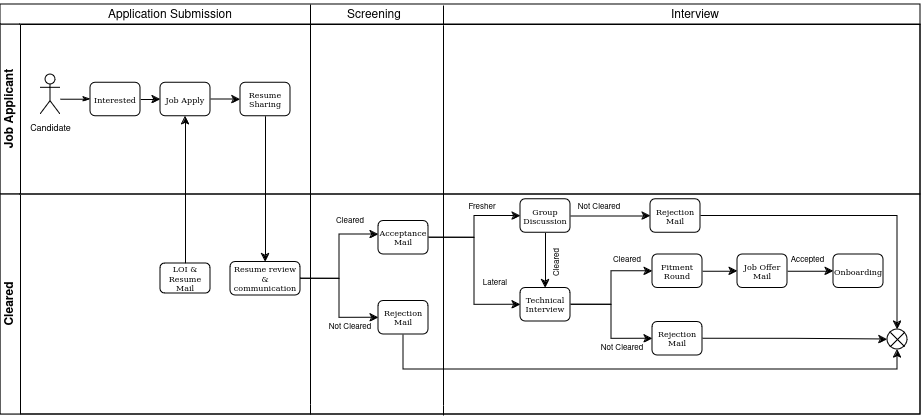
Before: R2O/r2o-flow.png, a diagram exported from draw.io (Iswariya-LMNAs/Diagrams). Source tidied: cells renumbered, new cells last; positions are measured from the earlier drawing's top-left corner, leaving out a move shared by most shapes.
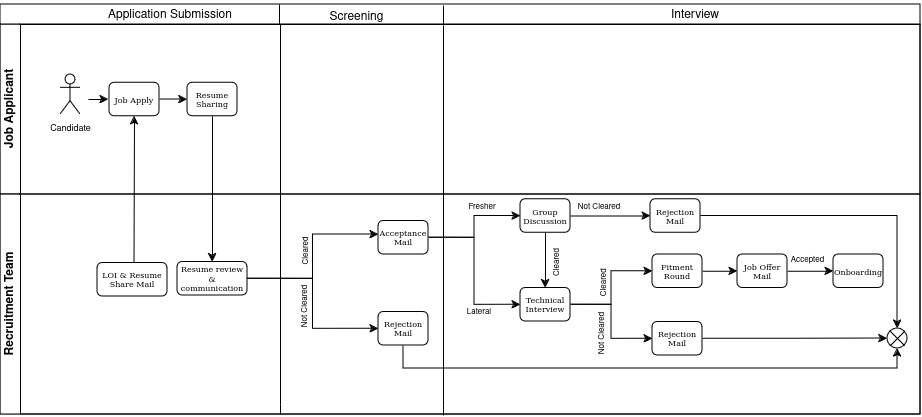
The same file after the commit.

The edit, as a diff of the source:
```diff
@@ -7,39 +7,41 @@
     </mxCell>
     <mxCell id="3" style="endArrow=none;html=1;rounded=0;" parent="2" edge="1">
       <mxGeometry relative="1" as="geometry">
-        <mxPoint x="310" y="20" as="sourcePoint" />
-        <mxPoint x="310" as="targetPoint" />
+        <mxPoint x="279" y="20" as="sourcePoint" />
+        <mxPoint x="279" as="targetPoint" />
       </mxGeometry>
     </mxCell>
     <mxCell id="4" value="Job Applicant" style="swimlane;html=1;startSize=20;horizontal=0;" parent="2" vertex="1">
       <mxGeometry y="20" width="920" height="170" as="geometry" />
     </mxCell>
-    <mxCell id="5" style="edgeStyle=orthogonalEdgeStyle;rounded=0;html=1;labelBackgroundColor=none;startArrow=none;startFill=0;startSize=5;endArrow=classicThin;endFill=1;endSize=5;jettySize=auto;orthogonalLoop=1;strokeWidth=1;fontFamily=Verdana;fontSize=8;" parent="4" edge="1">
-      <mxGeometry relative="1" as="geometry">
-        <mxPoint x="60" y="74.7" as="sourcePoint" />
-        <mxPoint x="90" y="74.7" as="targetPoint" />
-      </mxGeometry>
-    </mxCell>
-    <mxCell id="6" style="edgeStyle=orthogonalEdgeStyle;rounded=0;jettySize=auto;html=1;exitX=1;exitY=0.5;exitDx=0;exitDy=0;entryX=0;entryY=0.5;entryDx=0;entryDy=0;" parent="4" edge="1" source="7" target="9">
-      <mxGeometry relative="1" as="geometry" />
+    <mxCell id="6" style="edgeStyle=orthogonalEdgeStyle;rounded=0;orthogonalLoop=1;jettySize=auto;html=1;exitX=1;exitY=0.5;exitDx=0;exitDy=0;entryX=0;entryY=0.5;entryDx=0;entryDy=0;" parent="4" edge="1">
+      <mxGeometry relative="1" as="geometry">
+        <mxPoint x="88" y="75" as="sourcePoint" />
+        <mxPoint x="108" y="75" as="targetPoint" />
+      </mxGeometry>
     </mxCell>
-    <mxCell id="7" value="Interested" style="rounded=1;whiteSpace=wrap;html=1;shadow=0;labelBackgroundColor=none;strokeWidth=1;fontFamily=Verdana;fontSize=8;align=center;" parent="4" vertex="1">
-      <mxGeometry x="90" y="58.2" width="50" height="33.5" as="geometry" />
-    </mxCell>
     <mxCell id="8" style="edgeStyle=orthogonalEdgeStyle;rounded=0;jettySize=auto;html=1;exitX=1;exitY=0.5;exitDx=0;exitDy=0;" parent="4" edge="1" source="9" target="11">
       <mxGeometry relative="1" as="geometry" />
     </mxCell>
     <mxCell id="9" value="Job Apply" style="rounded=1;whiteSpace=wrap;html=1;shadow=0;labelBackgroundColor=none;strokeWidth=1;fontFamily=Verdana;fontSize=8;align=center;" parent="4" vertex="1">
-      <mxGeometry x="160" y="58.2" width="50" height="33.5" as="geometry" />
+      <mxGeometry x="109" y="58.2" width="50" height="33.5" as="geometry" />
     </mxCell>
     <mxCell id="10" value="&lt;font style=&quot;font-size: 9px;&quot;&gt;Candidate&lt;/font&gt;" style="shape=umlActor;verticalLabelPosition=bottom;verticalAlign=top;html=1;" parent="4" vertex="1">
-      <mxGeometry x="40" y="50" width="20" height="40" as="geometry" />
+      <mxGeometry x="60" y="50" width="20" height="40" as="geometry" />
     </mxCell>
     <mxCell id="11" value="Resume Sharing" style="rounded=1;whiteSpace=wrap;html=1;shadow=0;labelBackgroundColor=none;strokeWidth=1;fontFamily=Verdana;fontSize=8;align=center;" parent="4" vertex="1">
-      <mxGeometry x="240" y="58.2" width="50" height="33.5" as="geometry" />
+      <mxGeometry x="187" y="58.2" width="50" height="33.5" as="geometry" />
     </mxCell>
+    <mxCell id="49" style="endArrow=none;html=1;rounded=0;" parent="4" edge="1">
+      <mxGeometry relative="1" as="geometry">
+        <mxPoint x="280" y="380" as="sourcePoint" />
+        <mxPoint x="280" as="targetPoint" />
+      </mxGeometry>
+    </mxCell>
-    <mxCell id="12" style="edgeStyle=orthogonalEdgeStyle;rounded=0;jettySize=auto;html=1;exitX=0.5;exitY=0;exitDx=0;exitDy=0;entryX=0.5;entryY=1;entryDx=0;entryDy=0;" parent="2" edge="1" source="16" target="9">
-      <mxGeometry relative="1" as="geometry" />
+    <mxCell id="12" style="edgeStyle=orthogonalEdgeStyle;rounded=0;jettySize=auto;html=1;exitX=0.5;exitY=0;exitDx=0;exitDy=0;entryX=0.5;entryY=1;entryDx=0;entryDy=0;" parent="2" edge="1" target="9">
+      <mxGeometry relative="1" as="geometry">
+        <mxPoint x="133.5" y="259" as="sourcePoint" />
+      </mxGeometry>
     </mxCell>
     <mxCell id="13" style="edgeStyle=orthogonalEdgeStyle;rounded=0;jettySize=auto;html=1;exitX=0.5;exitY=1;exitDx=0;exitDy=0;entryX=0.5;entryY=0;entryDx=0;entryDy=0;" parent="2" edge="1" source="11" target="18">
       <mxGeometry relative="1" as="geometry" />
@@ -50,17 +52,14 @@
         <mxPoint x="443" y="1" as="targetPoint" />
       </mxGeometry>
     </mxCell>
-    <mxCell id="15" value="Cleared" style="swimlane;html=1;startSize=20;horizontal=0;" parent="2" vertex="1">
+    <mxCell id="15" value="Recruitment Team" style="swimlane;html=1;startSize=20;horizontal=0;" parent="2" vertex="1">
       <mxGeometry y="190" width="920" height="220" as="geometry" />
     </mxCell>
-    <mxCell id="16" value="LOI &amp;amp; Resume Mail" style="rounded=1;whiteSpace=wrap;html=1;shadow=0;labelBackgroundColor=none;strokeWidth=1;fontFamily=Verdana;fontSize=8;align=center;" parent="15" vertex="1">
-      <mxGeometry x="160" y="69" width="50" height="30" as="geometry" />
-    </mxCell>
     <mxCell id="17" style="edgeStyle=orthogonalEdgeStyle;rounded=0;jettySize=auto;html=1;exitX=1;exitY=0.5;exitDx=0;exitDy=0;entryX=0;entryY=0.5;entryDx=0;entryDy=0;" parent="15" edge="1" source="18" target="23">
       <mxGeometry relative="1" as="geometry" />
     </mxCell>
     <mxCell id="18" value="Resume review &amp;amp; communication" style="rounded=1;whiteSpace=wrap;html=1;shadow=0;labelBackgroundColor=none;strokeWidth=1;fontFamily=Verdana;fontSize=8;align=center;" parent="15" vertex="1">
-      <mxGeometry x="230" y="67.5" width="70" height="33.5" as="geometry" />
+      <mxGeometry x="177" y="67.5" width="70" height="33.5" as="geometry" />
     </mxCell>
     <mxCell id="19" style="edgeStyle=orthogonalEdgeStyle;rounded=0;jettySize=auto;html=1;exitX=1;exitY=0.5;exitDx=0;exitDy=0;" parent="15" edge="1" source="21" target="30">
       <mxGeometry relative="1" as="geometry" />
@@ -75,19 +74,19 @@
       <mxGeometry relative="1" as="geometry" />
     </mxCell>
     <mxCell id="23" value="Rejection Mail" style="rounded=1;whiteSpace=wrap;html=1;shadow=0;labelBackgroundColor=none;strokeWidth=1;fontFamily=Verdana;fontSize=8;align=center;" parent="15" vertex="1">
-      <mxGeometry x="378" y="106.5" width="50" height="33.5" as="geometry" />
+      <mxGeometry x="378" y="117.5" width="50" height="33.5" as="geometry" />
     </mxCell>
     <mxCell id="24" style="edgeStyle=orthogonalEdgeStyle;rounded=0;jettySize=auto;html=1;exitX=1;exitY=0.5;exitDx=0;exitDy=0;entryX=0;entryY=0.403;entryDx=0;entryDy=0;entryPerimeter=0;" parent="15" edge="1" source="18" target="21">
       <mxGeometry relative="1" as="geometry" />
     </mxCell>
     <mxCell id="25" style="shape=sumEllipse;perimeter=ellipsePerimeter;whiteSpace=wrap;html=1;backgroundOutline=1;" parent="15" vertex="1">
-      <mxGeometry x="887" y="135" width="20" height="20" as="geometry" />
+      <mxGeometry x="887" y="134" width="20" height="20" as="geometry" />
     </mxCell>
-    <mxCell id="26" value="&lt;font style=&quot;font-size: 8px;&quot;&gt;Not Cleared&lt;/font&gt;" style="text;html=1;align=center;verticalAlign=middle;whiteSpace=wrap;rounded=0;" parent="15" vertex="1">
-      <mxGeometry x="325" y="122" width="50" height="20" as="geometry" />
+    <mxCell id="26" value="&lt;font style=&quot;font-size: 8px;&quot;&gt;Not Cleared&lt;/font&gt;" style="text;html=1;align=center;verticalAlign=middle;whiteSpace=wrap;rounded=0;rotation=270;" parent="15" vertex="1">
+      <mxGeometry x="279" y="102" width="50" height="20" as="geometry" />
     </mxCell>
-    <mxCell id="27" value="&lt;font style=&quot;font-size: 8px;&quot;&gt;Cleared&lt;/font&gt;" style="text;html=1;align=center;verticalAlign=middle;whiteSpace=wrap;rounded=0;" parent="15" vertex="1">
-      <mxGeometry x="340" y="20.5" width="20" height="10" as="geometry" />
+    <mxCell id="27" value="&lt;font style=&quot;font-size: 8px;&quot;&gt;Cleared&lt;/font&gt;" style="text;html=1;align=center;verticalAlign=middle;whiteSpace=wrap;rounded=0;rotation=270;" parent="15" vertex="1">
+      <mxGeometry x="294" y="51.5" width="20" height="10" as="geometry" />
     </mxCell>
     <mxCell id="28" style="edgeStyle=orthogonalEdgeStyle;rounded=0;jettySize=auto;html=1;exitX=1;exitY=0.5;exitDx=0;exitDy=0;entryX=0;entryY=0.5;entryDx=0;entryDy=0;" parent="15" edge="1" source="30" target="40">
       <mxGeometry relative="1" as="geometry" />
@@ -108,7 +107,7 @@
       <mxGeometry x="520" y="93.5" width="50" height="33.5" as="geometry" />
     </mxCell>
     <mxCell id="34" value="&lt;font style=&quot;font-size: 8px;&quot;&gt;Lateral&lt;/font&gt;" style="text;html=1;align=center;verticalAlign=middle;whiteSpace=wrap;rounded=0;" parent="15" vertex="1">
-      <mxGeometry x="470" y="78" width="50" height="20" as="geometry" />
+      <mxGeometry x="454" y="107" width="50" height="20" as="geometry" />
     </mxCell>
     <mxCell id="35" style="edgeStyle=orthogonalEdgeStyle;rounded=0;jettySize=auto;html=1;exitX=1;exitY=0.5;exitDx=0;exitDy=0;entryX=0;entryY=0.5;entryDx=0;entryDy=0;" parent="15" edge="1" source="36" target="46">
       <mxGeometry relative="1" as="geometry" />
@@ -134,11 +133,11 @@
     <mxCell id="42" value="&lt;font style=&quot;font-size: 8px;&quot;&gt;Not Cleared&lt;/font&gt;" style="text;html=1;align=center;verticalAlign=middle;whiteSpace=wrap;rounded=0;" parent="15" vertex="1">
       <mxGeometry x="574" y="2" width="50" height="20" as="geometry" />
     </mxCell>
-    <mxCell id="43" value="&lt;font style=&quot;font-size: 8px;&quot;&gt;Cleared&lt;/font&gt;" style="text;html=1;align=center;verticalAlign=middle;whiteSpace=wrap;rounded=0;" parent="15" vertex="1">
-      <mxGeometry x="617" y="60" width="20" height="10.5" as="geometry" />
+    <mxCell id="43" value="&lt;font style=&quot;font-size: 8px;&quot;&gt;Cleared&lt;/font&gt;" style="text;html=1;align=center;verticalAlign=middle;whiteSpace=wrap;rounded=0;rotation=270;" parent="15" vertex="1">
+      <mxGeometry x="593" y="83" width="20" height="10.5" as="geometry" />
     </mxCell>
-    <mxCell id="44" value="&lt;font style=&quot;font-size: 8px;&quot;&gt;Not Cleared&lt;/font&gt;" style="text;html=1;align=center;verticalAlign=middle;whiteSpace=wrap;rounded=0;" parent="15" vertex="1">
-      <mxGeometry x="597" y="143" width="50" height="20" as="geometry" />
+    <mxCell id="44" value="&lt;font style=&quot;font-size: 8px;&quot;&gt;Not Cleared&lt;/font&gt;" style="text;html=1;align=center;verticalAlign=middle;whiteSpace=wrap;rounded=0;rotation=270;" parent="15" vertex="1">
+      <mxGeometry x="576" y="129" width="50" height="20" as="geometry" />
     </mxCell>
     <mxCell id="45" style="edgeStyle=orthogonalEdgeStyle;rounded=0;jettySize=auto;html=1;exitX=1;exitY=0.5;exitDx=0;exitDy=0;entryX=0;entryY=0.5;entryDx=0;entryDy=0;" parent="15" edge="1" source="46" target="47">
       <mxGeometry relative="1" as="geometry" />
@@ -152,12 +151,9 @@
     <mxCell id="48" value="&lt;font style=&quot;font-size: 8px;&quot;&gt;Accepted&lt;/font&gt;" style="text;html=1;align=center;verticalAlign=middle;whiteSpace=wrap;rounded=0;" parent="15" vertex="1">
       <mxGeometry x="786" y="61" width="43" height="8.2" as="geometry" />
     </mxCell>
-    <mxCell id="49" style="endArrow=none;html=1;rounded=0;" parent="1" edge="1">
-      <mxGeometry relative="1" as="geometry">
-        <mxPoint x="310" y="404" as="sourcePoint" />
-        <mxPoint x="310" y="24" as="targetPoint" />
-      </mxGeometry>
-    </mxCell>
+    <mxCell id="57" value="LOI &amp;amp; Resume Share Mail" style="rounded=1;whiteSpace=wrap;html=1;shadow=0;labelBackgroundColor=none;strokeWidth=1;fontFamily=Verdana;fontSize=8;align=center;" parent="15" vertex="1">
+      <mxGeometry x="97" y="68.5" width="70" height="33.5" as="geometry" />
+    </mxCell>
     <mxCell id="50" value="&lt;font style=&quot;font-size: 8px;&quot;&gt;Fresher&lt;/font&gt;" style="text;html=1;align=center;verticalAlign=middle;whiteSpace=wrap;rounded=0;" parent="1" vertex="1">
       <mxGeometry x="472" y="201" width="20" height="10" as="geometry" />
     </mxCell>
@@ -171,15 +167,15 @@
       <mxGeometry x="70" width="200" height="30" as="geometry" />
     </mxCell>
     <mxCell id="53" value="Screening" style="text;html=1;align=center;verticalAlign=middle;whiteSpace=wrap;rounded=0;" parent="1" vertex="1">
-      <mxGeometry x="274" width="200" height="30" as="geometry" />
+      <mxGeometry x="301" y="4" width="111" height="26" as="geometry" />
     </mxCell>
     <mxCell id="54" value="Interview" style="text;html=1;align=center;verticalAlign=middle;whiteSpace=wrap;rounded=0;" parent="1" vertex="1">
       <mxGeometry x="595" width="200" height="30" as="geometry" />
     </mxCell>
     <mxCell id="55" style="endArrow=none;html=1;rounded=0;" parent="1" edge="1">
       <mxGeometry relative="1" as="geometry">
-        <mxPoint x="310" y="404" as="sourcePoint" />
-        <mxPoint x="310" y="414" as="targetPoint" />
+        <mxPoint x="280" y="404" as="sourcePoint" />
+        <mxPoint x="280" y="414" as="targetPoint" />
       </mxGeometry>
     </mxCell>
     <mxCell id="56" style="endArrow=none;html=1;rounded=0;" parent="1" edge="1">
```
